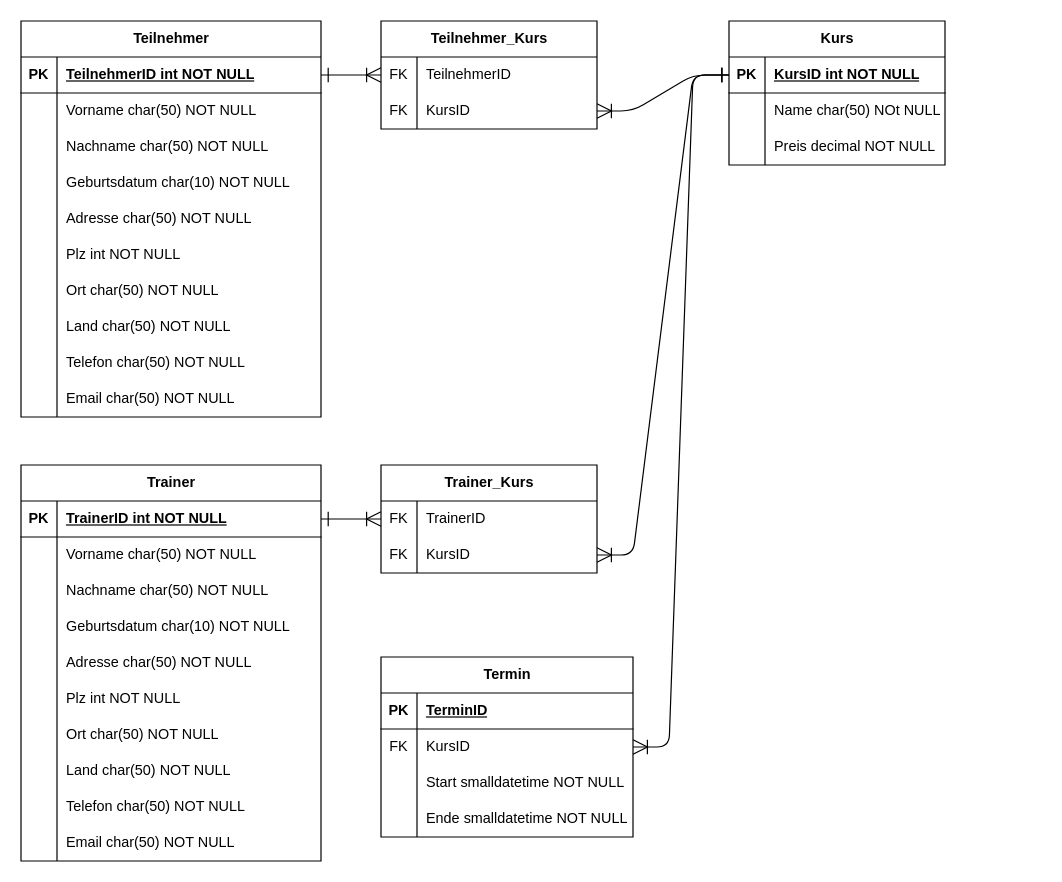
This is doc/WifiKursverwaltung.drawio from dama66/sw_developer_2023, a draw.io file, before an edit. Source tidied: cells renumbered, new cells numbered last; positions are measured from the earlier drawing's top-left corner, leaving out a move shared by most shapes. Both pictures are drawn from the tidied source at 120%, with x=0, y=0 at pixel (20, 20).
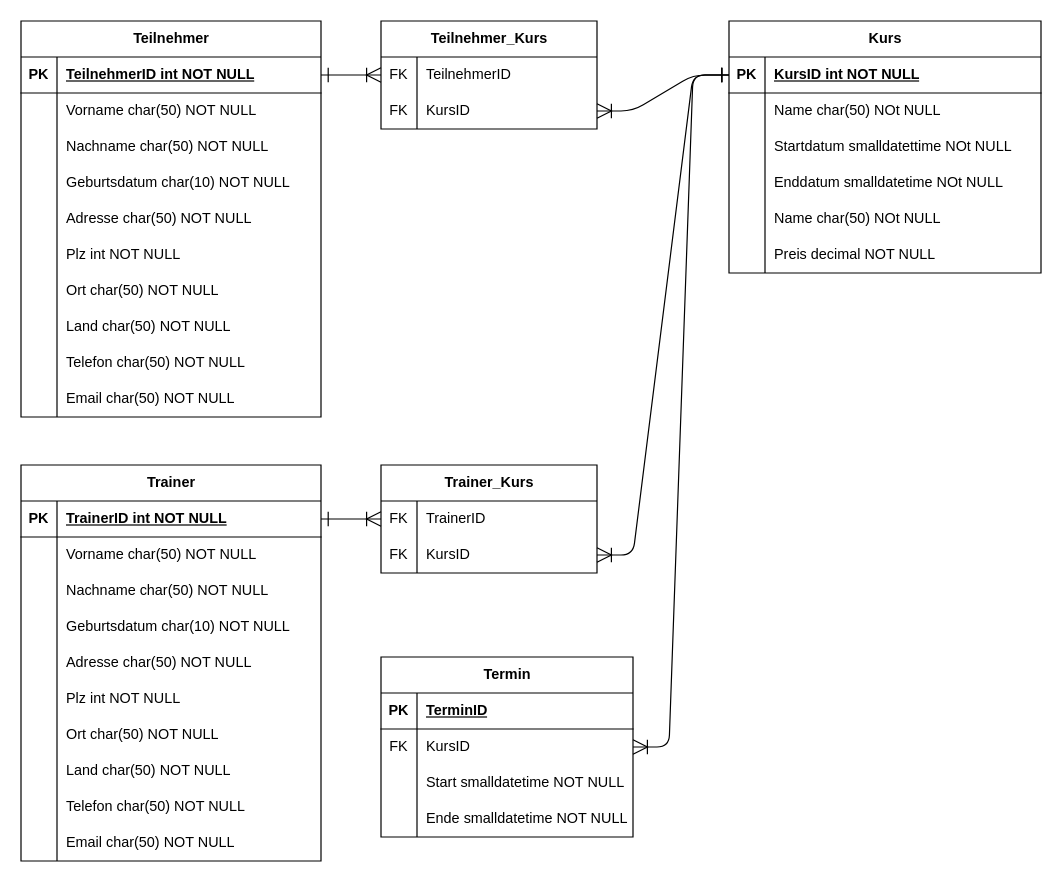
The same diagram, later.

Change to the diagram source:
```diff
@@
     <mxCell id="42" value="Kurs" style="shape=table;startSize=30;childLayout=tableLayout;rowLines=0;fontStyle=1;align=center;html=1;" parent="1" vertex="1">
-      <mxGeometry x="590" width="180" height="120" as="geometry" />
+      <mxGeometry x="590" width="260" height="210" as="geometry" />
     </mxCell>
     <mxCell id="43" style="shape=tableRow;horizontal=0;startSize=0;swimlaneHead=0;swimlaneBody=0;fillColor=none;points=[[0,0.5],[1,0.5]];portConstraint=eastwest;top=0;left=0;right=0;bottom=1;" parent="42" vertex="1">
-      <mxGeometry y="30" width="180" height="30" as="geometry" />
+      <mxGeometry y="30" width="260" height="30" as="geometry" />
     </mxCell>
@@
     <mxCell id="45" value="KursID int NOT NULL" style="shape=partialRectangle;fillColor=none;top=0;left=0;bottom=0;right=0;align=left;spacingLeft=6;fontStyle=5;overflow=hidden;whiteSpace=wrap;html=1;" parent="43" vertex="1">
-      <mxGeometry x="30" width="150" height="30" as="geometry" />
+      <mxGeometry x="30" width="230" height="30" as="geometry" />
     </mxCell>
     <mxCell id="46" style="shape=tableRow;horizontal=0;startSize=0;swimlaneHead=0;swimlaneBody=0;fillColor=none;top=0;left=0;right=0;bottom=0;" parent="42" vertex="1">
-      <mxGeometry y="60" width="180" height="30" as="geometry" />
+      <mxGeometry y="60" width="260" height="30" as="geometry" />
     </mxCell>
@@
     <mxCell id="48" value="Name char(50) NOt NULL" style="shape=partialRectangle;fillColor=none;top=0;left=0;bottom=0;right=0;align=left;spacingLeft=6;overflow=hidden;whiteSpace=wrap;html=1;" parent="46" vertex="1">
-      <mxGeometry x="30" width="150" height="30" as="geometry" />
+      <mxGeometry x="30" width="230" height="30" as="geometry" />
     </mxCell>
+    <mxCell id="106" style="shape=tableRow;horizontal=0;startSize=0;swimlaneHead=0;swimlaneBody=0;fillColor=none;top=0;left=0;right=0;bottom=0;" parent="42" vertex="1">
+      <mxGeometry y="90" width="260" height="30" as="geometry" />
+    </mxCell>
+    <mxCell id="107" style="shape=partialRectangle;fillColor=none;top=0;left=0;bottom=0;right=0;overflow=hidden;whiteSpace=wrap;html=1;" parent="106" vertex="1">
+      <mxGeometry width="30" height="30" as="geometry" />
+    </mxCell>
+    <mxCell id="108" value="Startdatum smalldatettime NOt NULL" style="shape=partialRectangle;fillColor=none;top=0;left=0;bottom=0;right=0;align=left;spacingLeft=6;overflow=hidden;whiteSpace=wrap;html=1;" parent="106" vertex="1">
+      <mxGeometry x="30" width="230" height="30" as="geometry" />
+    </mxCell>
+    <mxCell id="109" style="shape=tableRow;horizontal=0;startSize=0;swimlaneHead=0;swimlaneBody=0;fillColor=none;top=0;left=0;right=0;bottom=0;" parent="42" vertex="1">
+      <mxGeometry y="120" width="260" height="30" as="geometry" />
+    </mxCell>
+    <mxCell id="110" style="shape=partialRectangle;fillColor=none;top=0;left=0;bottom=0;right=0;overflow=hidden;whiteSpace=wrap;html=1;" parent="109" vertex="1">
+      <mxGeometry width="30" height="30" as="geometry" />
+    </mxCell>
+    <mxCell id="111" value="Enddatum smalldatetime NOt NULL" style="shape=partialRectangle;fillColor=none;top=0;left=0;bottom=0;right=0;align=left;spacingLeft=6;overflow=hidden;whiteSpace=wrap;html=1;" parent="109" vertex="1">
+      <mxGeometry x="30" width="230" height="30" as="geometry" />
+    </mxCell>
+    <mxCell id="112" style="shape=tableRow;horizontal=0;startSize=0;swimlaneHead=0;swimlaneBody=0;fillColor=none;top=0;left=0;right=0;bottom=0;" parent="42" vertex="1">
+      <mxGeometry y="150" width="260" height="30" as="geometry" />
+    </mxCell>
+    <mxCell id="113" style="shape=partialRectangle;fillColor=none;top=0;left=0;bottom=0;right=0;overflow=hidden;whiteSpace=wrap;html=1;" parent="112" vertex="1">
+      <mxGeometry width="30" height="30" as="geometry" />
+    </mxCell>
+    <mxCell id="114" value="Name char(50) NOt NULL" style="shape=partialRectangle;fillColor=none;top=0;left=0;bottom=0;right=0;align=left;spacingLeft=6;overflow=hidden;whiteSpace=wrap;html=1;" parent="112" vertex="1">
+      <mxGeometry x="30" width="230" height="30" as="geometry" />
+    </mxCell>
     <mxCell id="49" style="shape=tableRow;horizontal=0;startSize=0;swimlaneHead=0;swimlaneBody=0;fillColor=none;top=0;left=0;right=0;bottom=0;" parent="42" vertex="1">
-      <mxGeometry y="90" width="180" height="30" as="geometry" />
+      <mxGeometry y="180" width="260" height="30" as="geometry" />
     </mxCell>
@@
     <mxCell id="51" value="Preis decimal NOT NULL" style="shape=partialRectangle;fillColor=none;top=0;left=0;bottom=0;right=0;align=left;spacingLeft=6;overflow=hidden;whiteSpace=wrap;html=1;" parent="49" vertex="1">
-      <mxGeometry x="30" width="150" height="30" as="geometry" />
+      <mxGeometry x="30" width="230" height="30" as="geometry" />
     </mxCell>
```
